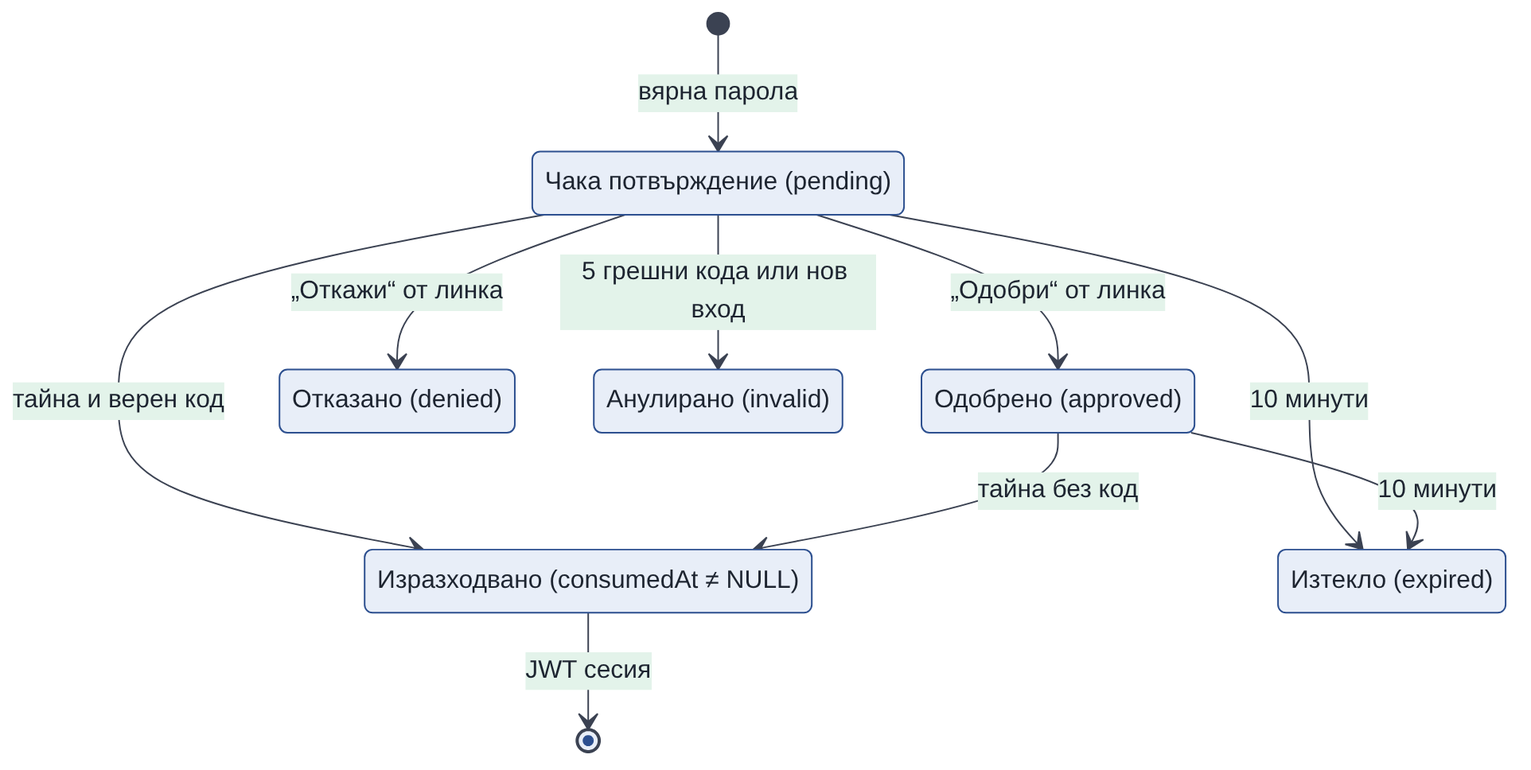
Earlier version of the Mermaid export docs/diploma/diagrams/out/15-two-factor-states.png (tuncheva/KAIROS). Its source is kept beside it as docs/diploma/diagrams/src/15-two-factor-states.mmd. Its diagram source:
```mermaid
stateDiagram-v2
  direction TB
  [*] --> pending: вярна парола
  pending --> approved: „Одобри“ от линка
  pending --> consumed: тайна и верен код
  approved --> consumed: тайна без код
  pending --> denied: „Откажи“ от линка
  pending --> expired: 10 минути
  approved --> expired: 10 минути
  pending --> invalid: 5 грешни кода или нов вход
  consumed --> [*]: JWT сесия
  state "Чака потвърждение (pending)" as pending
  state "Одобрено (approved)" as approved
  state "Изразходвано (consumedAt ≠ NULL)" as consumed
  state "Отказано (denied)" as denied
  state "Изтекло (expired)" as expired
  state "Анулирано (invalid)" as invalid
```
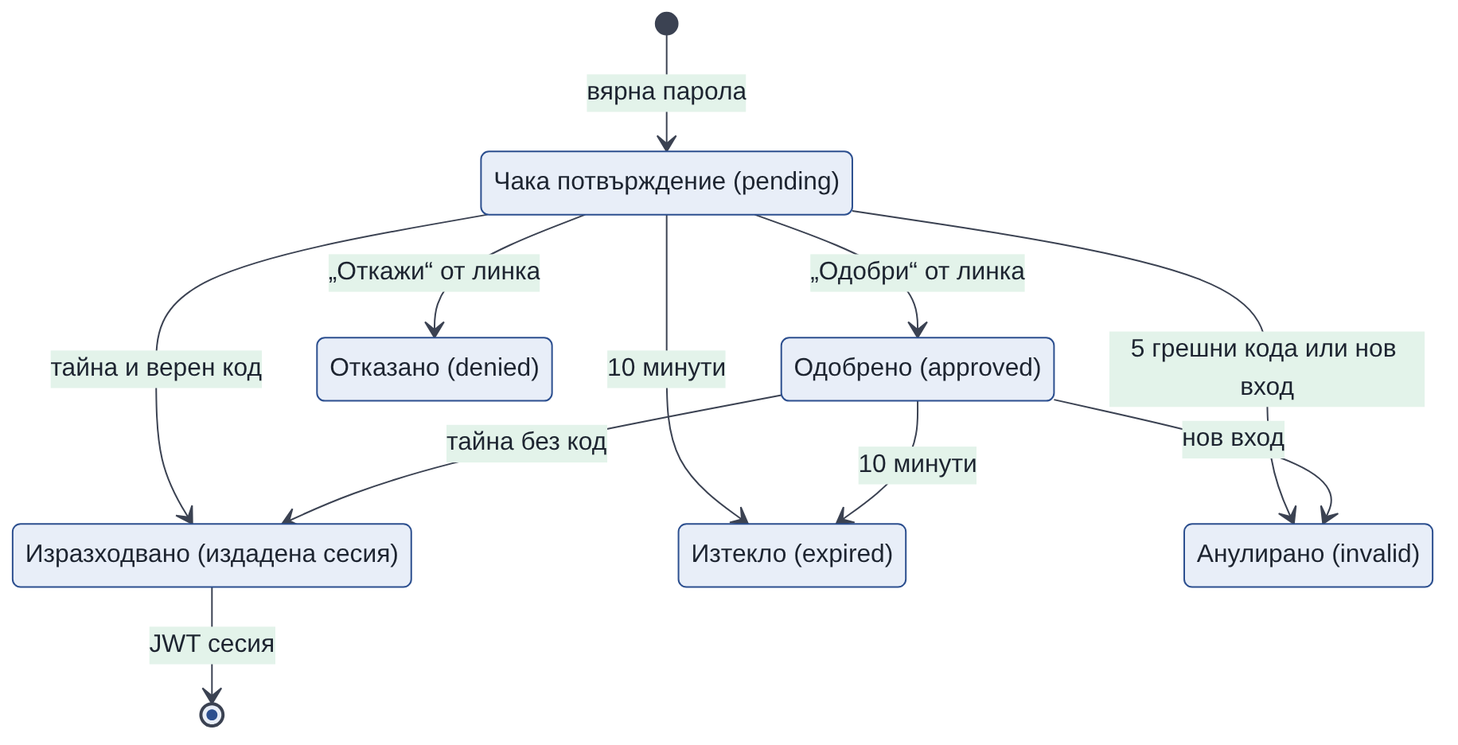
The same diagram one commit later.

Diff of the diagram source:
```diff
@@ -8,10 +8,11 @@
   pending --> expired: 10 минути
   approved --> expired: 10 минути
   pending --> invalid: 5 грешни кода или нов вход
+  approved --> invalid: нов вход
   consumed --> [*]: JWT сесия
   state "Чака потвърждение (pending)" as pending
   state "Одобрено (approved)" as approved
-  state "Изразходвано (consumedAt ≠ NULL)" as consumed
+  state "Изразходвано (издадена сесия)" as consumed
   state "Отказано (denied)" as denied
   state "Изтекло (expired)" as expired
   state "Анулирано (invalid)" as invalid
```
